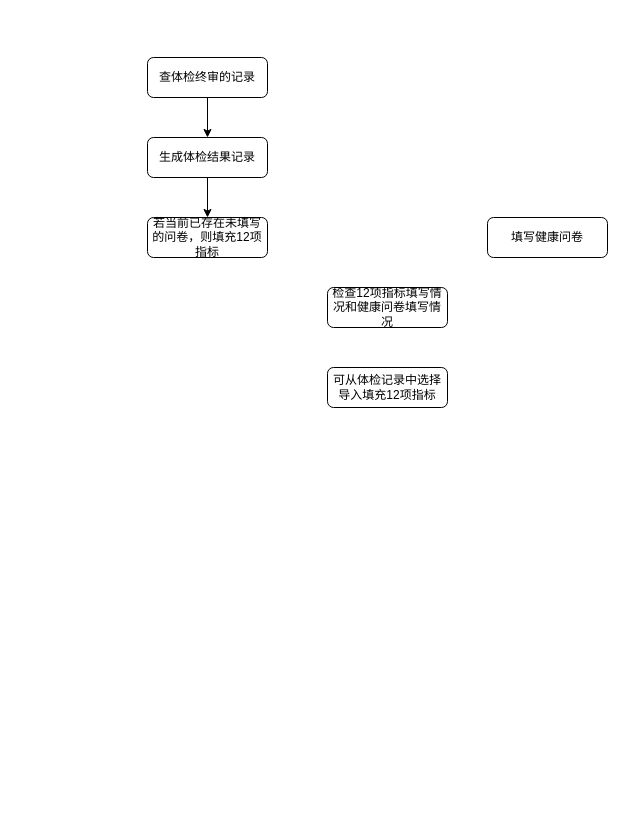
Before: 健康管理逻辑.drawio in goylsf/image, a draw.io diagram. Source tidied: cells renumbered, new cells numbered last; positions are measured from the earlier drawing's top-left corner, leaving out a move shared by most shapes. Both pictures are drawn from the tidied source at 100%, with x=0, y=0 at pixel (147, 57).
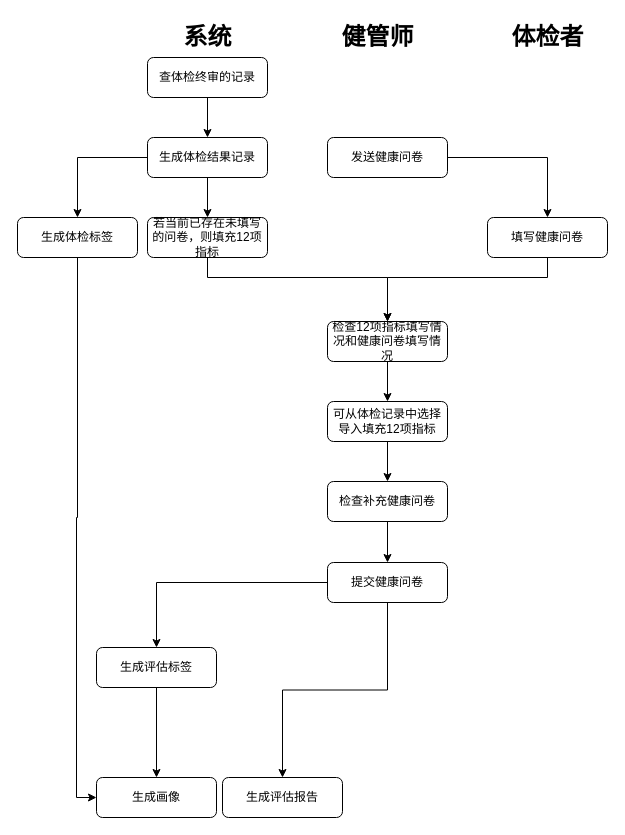
The same page after the edit.

Commit message (it also covers changes not shown here):
更新健康管理逻辑.drawio

The change refers to these unchanged cells:
```xml
<mxCell id="5" value="生成体检结果记录" style="rounded=1;whiteSpace=wrap;html=1;fontSize=12;glass=0;strokeWidth=1;shadow=0;" parent="1" vertex="1">
  <mxGeometry y="80" width="120" height="40" as="geometry" />
</mxCell>
<mxCell id="6" value="若当前已存在未填写的问卷，则填充12项指标" style="rounded=1;whiteSpace=wrap;html=1;fontSize=12;glass=0;strokeWidth=1;shadow=0;" parent="1" vertex="1">
  <mxGeometry y="160" width="120" height="40" as="geometry" />
</mxCell>
<mxCell id="8" value="填写健康问卷" style="rounded=1;whiteSpace=wrap;html=1;fontSize=12;glass=0;strokeWidth=1;shadow=0;" parent="1" vertex="1">
  <mxGeometry x="340" y="160" width="120" height="40" as="geometry" />
</mxCell>
```

The edit, as a diff of the source:
```diff
@@
+    <mxCell id="10" style="edgeStyle=orthogonalEdgeStyle;rounded=0;jettySize=auto;html=1;entryX=0.5;entryY=0;entryDx=0;entryDy=0;" parent="1" edge="1" source="5" target="26">
+      <mxGeometry relative="1" as="geometry" />
+    </mxCell>
@@
+    <mxCell id="11" style="edgeStyle=orthogonalEdgeStyle;rounded=0;jettySize=auto;html=1;" parent="1" edge="1" source="6" target="7">
+      <mxGeometry relative="1" as="geometry">
+        <Array as="points">
+          <mxPoint x="60" y="220" />
+          <mxPoint x="240" y="220" />
+        </Array>
+      </mxGeometry>
+    </mxCell>
@@
+    <mxCell id="12" style="edgeStyle=orthogonalEdgeStyle;rounded=0;jettySize=auto;html=1;" parent="1" edge="1" source="7" target="9">
+      <mxGeometry relative="1" as="geometry" />
+    </mxCell>
     <mxCell id="7" value="检查12项指标填写情况和健康问卷填写情况" style="rounded=1;whiteSpace=wrap;html=1;fontSize=12;glass=0;strokeWidth=1;shadow=0;" parent="1" vertex="1">
-      <mxGeometry x="180" y="230" width="120" height="40" as="geometry" />
+      <mxGeometry x="180" y="264" width="120" height="40" as="geometry" />
     </mxCell>
+    <mxCell id="13" style="edgeStyle=orthogonalEdgeStyle;rounded=0;jettySize=auto;html=1;entryX=0.5;entryY=0;entryDx=0;entryDy=0;" parent="1" edge="1" source="8" target="7">
+      <mxGeometry relative="1" as="geometry">
+        <Array as="points">
+          <mxPoint x="400" y="220" />
+          <mxPoint x="240" y="220" />
+        </Array>
+      </mxGeometry>
+    </mxCell>
@@
+    <mxCell id="14" style="edgeStyle=orthogonalEdgeStyle;rounded=0;jettySize=auto;html=1;" parent="1" edge="1" source="9" target="19">
+      <mxGeometry relative="1" as="geometry" />
+    </mxCell>
     <mxCell id="9" value="可从体检记录中选择导入填充12项指标" style="rounded=1;whiteSpace=wrap;html=1;fontSize=12;glass=0;strokeWidth=1;shadow=0;" parent="1" vertex="1">
-      <mxGeometry x="180" y="310" width="120" height="40" as="geometry" />
+      <mxGeometry x="180" y="344" width="120" height="40" as="geometry" />
     </mxCell>
+    <mxCell id="15" value="系统" style="text;strokeColor=none;fillColor=none;html=1;fontSize=24;fontStyle=1;verticalAlign=middle;align=center;" parent="1" vertex="1">
+      <mxGeometry x="10" y="-40" width="100" height="40" as="geometry" />
+    </mxCell>
+    <mxCell id="16" value="健管师" style="text;strokeColor=none;fillColor=none;html=1;fontSize=24;fontStyle=1;verticalAlign=middle;align=center;" parent="1" vertex="1">
+      <mxGeometry x="180" y="-40" width="100" height="40" as="geometry" />
+    </mxCell>
+    <mxCell id="17" value="体检者" style="text;strokeColor=none;fillColor=none;html=1;fontSize=24;fontStyle=1;verticalAlign=middle;align=center;" parent="1" vertex="1">
+      <mxGeometry x="350" y="-40" width="100" height="40" as="geometry" />
+    </mxCell>
+    <mxCell id="18" style="edgeStyle=orthogonalEdgeStyle;rounded=0;jettySize=auto;html=1;" parent="1" edge="1" source="19" target="24">
+      <mxGeometry relative="1" as="geometry" />
+    </mxCell>
+    <mxCell id="19" value="检查补充健康问卷" style="rounded=1;whiteSpace=wrap;html=1;fontSize=12;glass=0;strokeWidth=1;shadow=0;" parent="1" vertex="1">
+      <mxGeometry x="180" y="424" width="120" height="40" as="geometry" />
+    </mxCell>
+    <mxCell id="20" style="edgeStyle=orthogonalEdgeStyle;rounded=0;jettySize=auto;html=1;entryX=0.5;entryY=0;entryDx=0;entryDy=0;" parent="1" edge="1" source="21" target="8">
+      <mxGeometry relative="1" as="geometry" />
+    </mxCell>
+    <mxCell id="21" value="发送健康问卷" style="rounded=1;whiteSpace=wrap;html=1;fontSize=12;glass=0;strokeWidth=1;shadow=0;" parent="1" vertex="1">
+      <mxGeometry x="180" y="80" width="120" height="40" as="geometry" />
+    </mxCell>
+    <mxCell id="22" style="edgeStyle=orthogonalEdgeStyle;rounded=0;jettySize=auto;html=1;entryX=0.5;entryY=0;entryDx=0;entryDy=0;" parent="1" edge="1" source="24" target="29">
+      <mxGeometry relative="1" as="geometry" />
+    </mxCell>
+    <mxCell id="23" style="edgeStyle=orthogonalEdgeStyle;rounded=0;jettySize=auto;html=1;" parent="1" edge="1" source="24" target="30">
+      <mxGeometry relative="1" as="geometry" />
+    </mxCell>
+    <mxCell id="24" value="提交健康问卷" style="rounded=1;whiteSpace=wrap;html=1;fontSize=12;glass=0;strokeWidth=1;shadow=0;" parent="1" vertex="1">
+      <mxGeometry x="180" y="505" width="120" height="40" as="geometry" />
+    </mxCell>
+    <mxCell id="25" style="edgeStyle=orthogonalEdgeStyle;rounded=0;jettySize=auto;html=1;entryX=0;entryY=0.5;entryDx=0;entryDy=0;" parent="1" edge="1" source="26" target="27">
+      <mxGeometry relative="1" as="geometry" />
+    </mxCell>
+    <mxCell id="26" value="生成体检标签" style="rounded=1;whiteSpace=wrap;html=1;fontSize=12;glass=0;strokeWidth=1;shadow=0;" parent="1" vertex="1">
+      <mxGeometry x="-130" y="160" width="120" height="40" as="geometry" />
+    </mxCell>
+    <mxCell id="27" value="生成画像" style="rounded=1;whiteSpace=wrap;html=1;fontSize=12;glass=0;strokeWidth=1;shadow=0;" parent="1" vertex="1">
+      <mxGeometry x="-51" y="720" width="120" height="40" as="geometry" />
+    </mxCell>
+    <mxCell id="28" style="edgeStyle=orthogonalEdgeStyle;rounded=0;jettySize=auto;html=1;entryX=0.5;entryY=0;entryDx=0;entryDy=0;" parent="1" edge="1" source="29" target="27">
+      <mxGeometry relative="1" as="geometry" />
+    </mxCell>
+    <mxCell id="29" value="生成评估标签" style="rounded=1;whiteSpace=wrap;html=1;fontSize=12;glass=0;strokeWidth=1;shadow=0;" parent="1" vertex="1">
+      <mxGeometry x="-51" y="590" width="120" height="40" as="geometry" />
+    </mxCell>
+    <mxCell id="30" value="生成评估报告" style="rounded=1;whiteSpace=wrap;html=1;fontSize=12;glass=0;strokeWidth=1;shadow=0;" parent="1" vertex="1">
+      <mxGeometry x="75" y="720" width="120" height="40" as="geometry" />
+    </mxCell>
```
